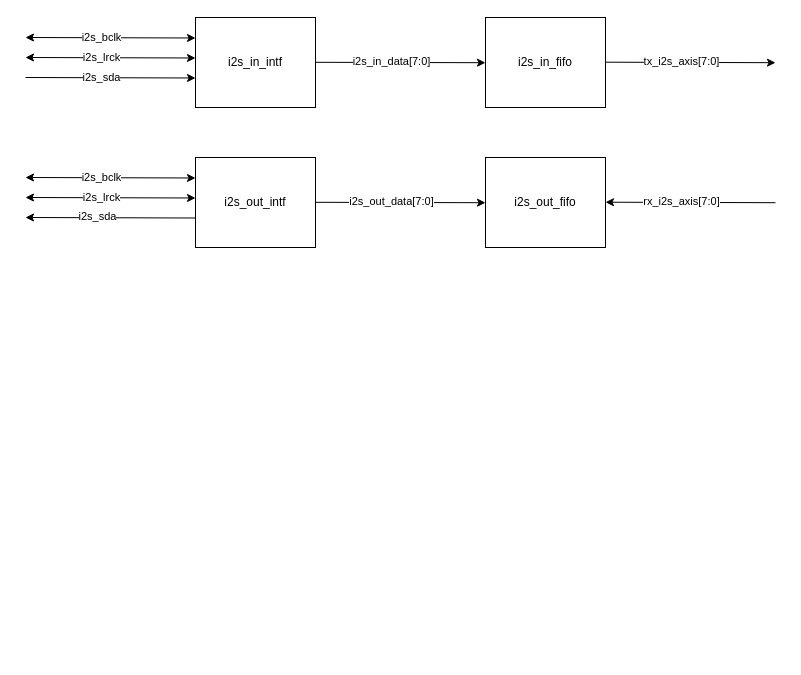
The draw.io diagram page "架构 - i2s" (13 of 15) of Audio-Ethernet.drawio in gdhzyz/draws, before the edit. Source tidied: cells renumbered, new cells numbered last; positions are measured from the earlier drawing's top-left corner, leaving out a move shared by most shapes. Both pictures are drawn from the tidied source at 100%, with x=0, y=0 at pixel (25, 17).
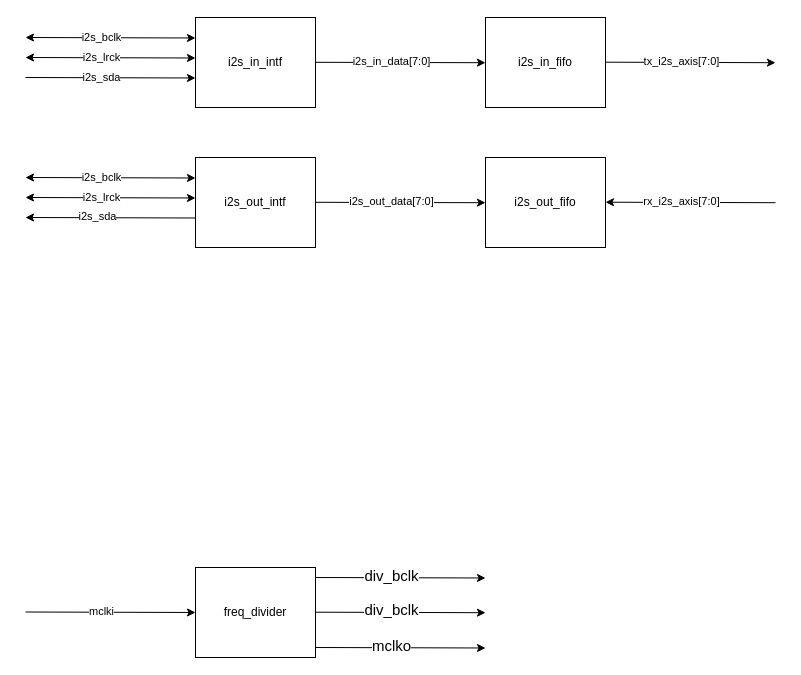
The same diagram, later.

Change to the diagram source:
```diff
@@
+    <mxCell id="26" value="freq_divider" style="rounded=0;whiteSpace=wrap;html=1;" parent="1" vertex="1">
+      <mxGeometry x="170" y="550" width="120" height="90" as="geometry" />
+    </mxCell>
+    <mxCell id="27" style="endArrow=classic;html=1;rounded=0;entryX=-0.006;entryY=0.511;entryDx=0;entryDy=0;entryPerimeter=0;startArrow=none;startFill=0;" parent="1" edge="1">
+      <mxGeometry relative="1" as="geometry">
+        <mxPoint y="594.5" as="sourcePoint" />
+        <mxPoint x="170" y="595" as="targetPoint" />
+      </mxGeometry>
+    </mxCell>
+    <mxCell id="28" value="&lt;font style=&quot;font-size: 11px;&quot;&gt;mclki&lt;/font&gt;" style="edgeLabel;html=1;align=center;verticalAlign=middle;fontSize=15;" parent="27" vertex="1">
+      <mxGeometry x="-0.12" y="3" relative="1" as="geometry" />
+    </mxCell>
+    <mxCell id="29" style="endArrow=classic;html=1;rounded=0;entryX=-0.006;entryY=0.511;entryDx=0;entryDy=0;entryPerimeter=0;startArrow=none;startFill=0;" parent="1" edge="1">
+      <mxGeometry relative="1" as="geometry">
+        <mxPoint x="290" y="560" as="sourcePoint" />
+        <mxPoint x="460" y="560.5" as="targetPoint" />
+      </mxGeometry>
+    </mxCell>
+    <mxCell id="30" value="div_bclk" style="edgeLabel;html=1;align=center;verticalAlign=middle;fontSize=15;" parent="29" vertex="1">
+      <mxGeometry x="-0.12" y="3" relative="1" as="geometry" />
+    </mxCell>
+    <mxCell id="31" style="endArrow=classic;html=1;rounded=0;entryX=-0.006;entryY=0.511;entryDx=0;entryDy=0;entryPerimeter=0;startArrow=none;startFill=0;" parent="1" edge="1">
+      <mxGeometry relative="1" as="geometry">
+        <mxPoint x="290" y="594.7" as="sourcePoint" />
+        <mxPoint x="460" y="595.2" as="targetPoint" />
+      </mxGeometry>
+    </mxCell>
+    <mxCell id="32" value="div_bclk" style="edgeLabel;html=1;align=center;verticalAlign=middle;fontSize=15;" parent="31" vertex="1">
+      <mxGeometry x="-0.12" y="3" relative="1" as="geometry" />
+    </mxCell>
+    <mxCell id="33" style="endArrow=classic;html=1;rounded=0;entryX=-0.006;entryY=0.511;entryDx=0;entryDy=0;entryPerimeter=0;startArrow=none;startFill=0;" parent="1" edge="1">
+      <mxGeometry relative="1" as="geometry">
+        <mxPoint x="290" y="630" as="sourcePoint" />
+        <mxPoint x="460" y="630.5" as="targetPoint" />
+      </mxGeometry>
+    </mxCell>
+    <mxCell id="34" value="mclko" style="edgeLabel;html=1;align=center;verticalAlign=middle;fontSize=15;" parent="33" vertex="1">
+      <mxGeometry x="-0.12" y="3" relative="1" as="geometry" />
+    </mxCell>
```
